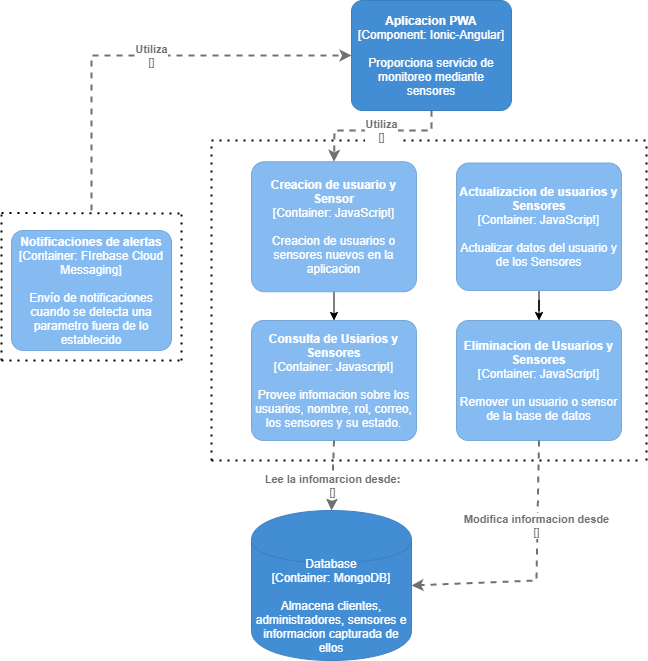
Earlier version of the draw.io export images/DiagramaComponentes.drawio.png (abraham22rodriguez/AnalisisAvanzadoDeSoftware_AbrahamRodriguez). Source tidied: cells renumbered, new cells last; positions are measured from the earlier drawing's top-left corner, leaving out a move shared by most shapes.
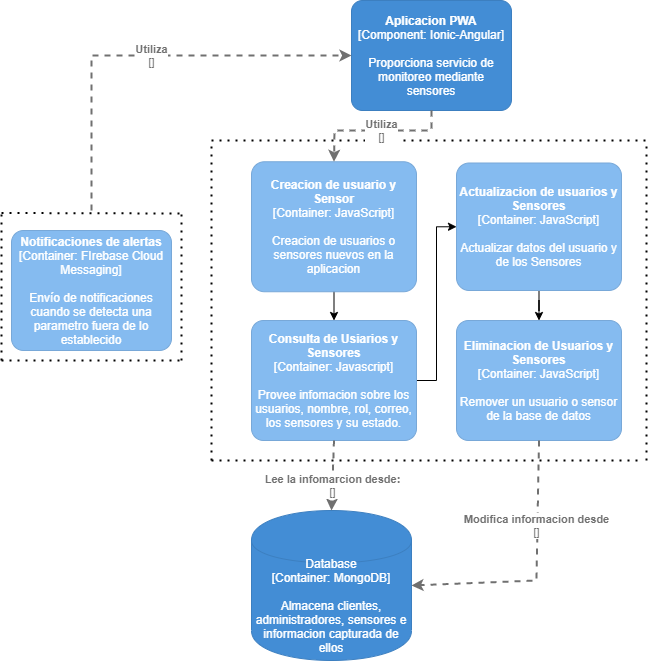
Later version of the same file.

Diff of the diagram source:
```diff
@@ -57,6 +57,9 @@
         <mxGeometry x="455" y="162.5" width="165" height="127.5" as="geometry" />
       </mxCell>
     </object>
+    <mxCell id="23" style="edgeStyle=orthogonalEdgeStyle;rounded=0;jettySize=auto;html=1;entryX=0;entryY=0.5;entryDx=0;entryDy=0;entryPerimeter=0;" parent="1" edge="1" source="13" target="12">
+      <mxGeometry relative="1" as="geometry" />
+    </mxCell>
     <object id="13" label="&lt;b&gt;%c4Name%&lt;/b&gt;&lt;div&gt;[%c4Type%: %c4Technology%]&lt;/div&gt;&lt;br&gt;&lt;div&gt;%c4Description%&lt;/div&gt;" c4Description="Provee infomacion sobre los usuarios, nombre, rol, correo, los sensores y su estado." c4Name="Consulta de Usiarios y Sensores" c4Technology="Javascript" c4Type="Container" placeholders="1">
       <mxCell style="rounded=1;whiteSpace=wrap;html=1;labelBackgroundColor=none;fillColor=#85BBF0;fontColor=#ffffff;align=center;arcSize=10;strokeColor=#78A8D8;metaData={&quot;c4Type&quot;:{&quot;editable&quot;:false}};points=[[0.25,0,0],[0.5,0,0],[0.75,0,0],[1,0.25,0],[1,0.5,0],[1,0.75,0],[0.75,1,0],[0.5,1,0],[0.25,1,0],[0,0.75,0],[0,0.5,0],[0,0.25,0]];" parent="1" vertex="1">
         <mxGeometry x="250" y="320" width="165" height="120" as="geometry" />
```
